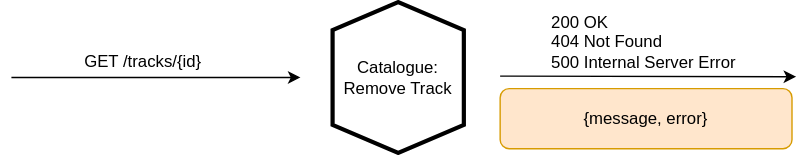
Above: design/catalogue-remove-track.drawio.svg in milesmfe/Shamzam (draw.io), before the change. Source tidied: cells renumbered, new cells last; positions are measured from the earlier drawing's top-left corner, leaving out a move shared by most shapes.
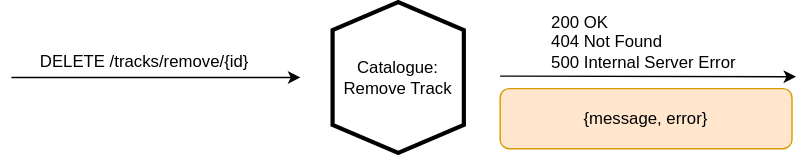
Later version of the same file.

Diff of the diagram source:
```diff
@@ -17,8 +17,8 @@
         <mxPoint x="562" y="52.4" as="targetPoint" />
       </mxGeometry>
     </mxCell>
-    <mxCell id="5" value="GET /tracks/{id}" style="text;html=1;align=center;verticalAlign=middle;strokeColor=none;fillColor=none;" parent="1" vertex="1">
-      <mxGeometry x="43" y="29" width="102" height="26" as="geometry" />
+    <mxCell id="5" value="DELETE /tracks/remove/{id}" style="text;html=1;align=center;verticalAlign=middle;strokeColor=none;fillColor=none;" parent="1" vertex="1">
+      <mxGeometry x="11" y="29" width="167" height="26" as="geometry" />
     </mxCell>
     <mxCell id="6" value="200 OK&lt;div&gt;404 Not Found&lt;br&gt;&lt;div&gt;&lt;span style=&quot;background-color: transparent; color: light-dark(rgb(0, 0, 0), rgb(255, 255, 255));&quot;&gt;500 Internal Server Error&lt;/span&gt;&lt;/div&gt;&lt;/div&gt;" style="text;html=1;align=left;verticalAlign=middle;strokeColor=none;fillColor=none;" parent="1" vertex="1">
       <mxGeometry x="385" width="150" height="55" as="geometry" />
```
